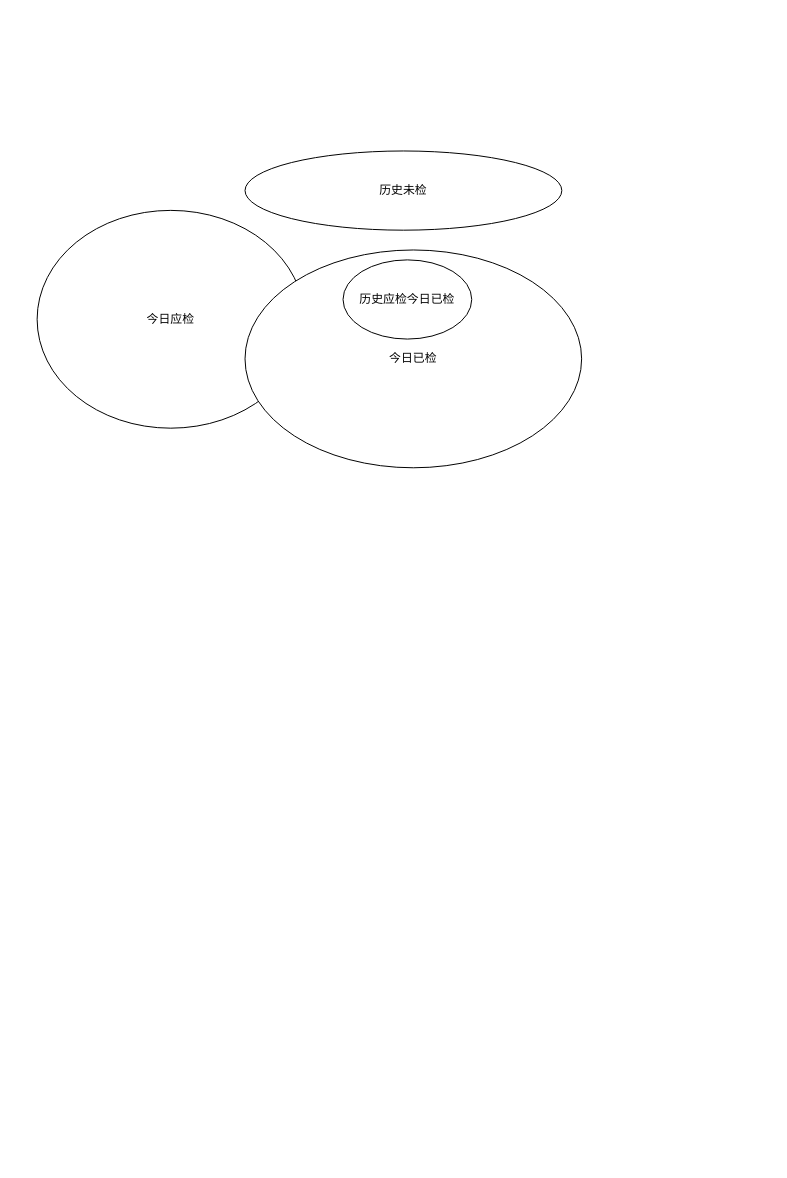
The draw.io diagram B2C拣货.drawio in OJBK123/Draws, before the edit. Source tidied: cells renumbered, new cells numbered last; positions are measured from the earlier drawing's top-left corner, leaving out a move shared by most shapes. Both pictures are drawn from the tidied source at 99%, with x=0, y=0 at pixel (37, 150).
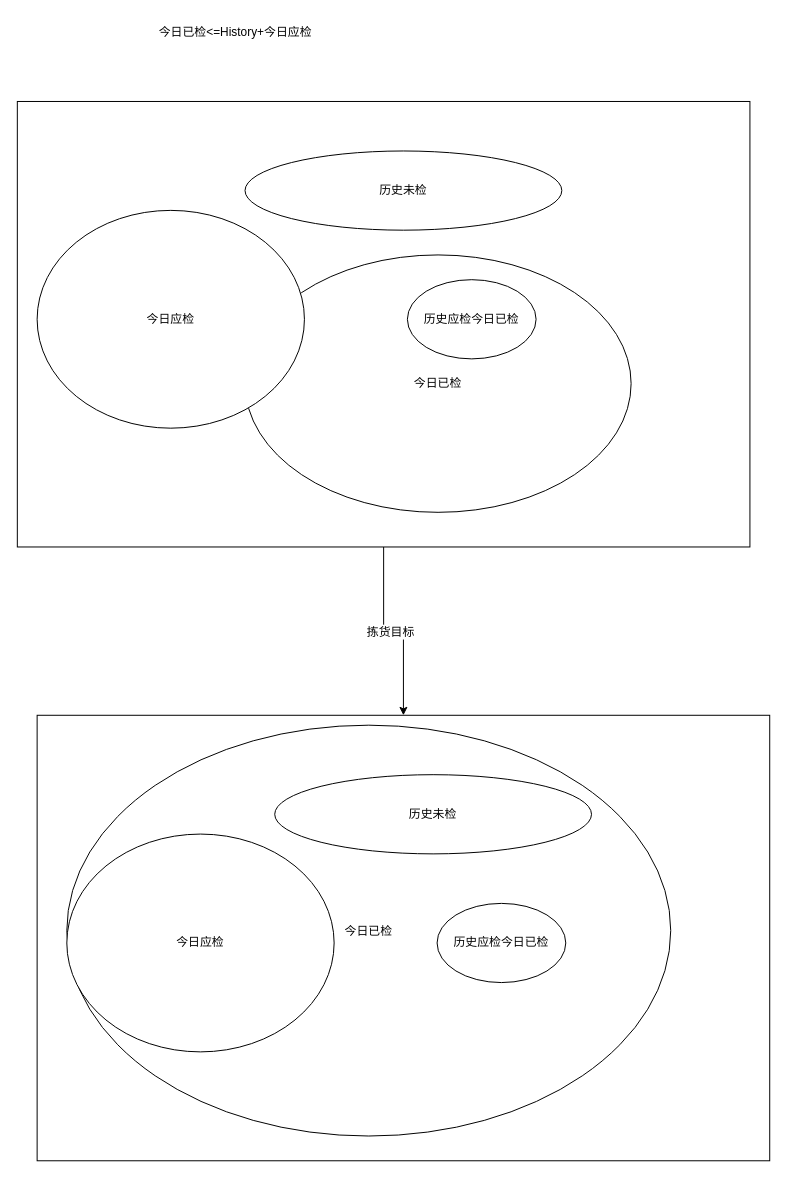
Above is the later version.

Change to the diagram source:
```diff
@@
 <mxGraphModel>
   <root>
     <mxCell id="0" />
     <mxCell id="1" parent="0" />
+    <mxCell id="6" style="edgeStyle=orthogonalEdgeStyle;rounded=0;jettySize=auto;html=1;exitX=0.5;exitY=1;exitDx=0;exitDy=0;entryX=0.5;entryY=0;entryDx=0;entryDy=0;fontFamily=Helvetica;fontSize=12;fontColor=default;" parent="1" edge="1" source="8" target="11">
+      <mxGeometry relative="1" as="geometry" />
+    </mxCell>
+    <mxCell id="7" value="拣货目标" style="edgeLabel;html=1;align=center;verticalAlign=middle;strokeColor=default;fontFamily=Helvetica;fontSize=12;fontColor=default;fillColor=default;" parent="6" vertex="1">
+      <mxGeometry x="-0.04" relative="1" as="geometry" />
+    </mxCell>
+    <mxCell id="8" style="rounded=0;whiteSpace=wrap;html=1;strokeColor=default;align=center;verticalAlign=middle;fontFamily=Helvetica;fontSize=12;fontColor=default;fillColor=default;" parent="1" vertex="1">
+      <mxGeometry x="-20" y="-50" width="740" height="450" as="geometry" />
+    </mxCell>
+    <mxCell id="4" value="今日已检" style="ellipse;whiteSpace=wrap;html=1;" parent="1" vertex="1">
+      <mxGeometry x="210" y="105" width="390" height="260" as="geometry" />
+    </mxCell>
     <mxCell id="2" value="历史未检" style="ellipse;whiteSpace=wrap;html=1;" parent="1" vertex="1">
       <mxGeometry x="210" width="320" height="80" as="geometry" />
     </mxCell>
     <mxCell id="3" value="今日应检" style="ellipse;whiteSpace=wrap;html=1;" parent="1" vertex="1">
       <mxGeometry y="60" width="270" height="220" as="geometry" />
     </mxCell>
-    <mxCell id="4" value="今日已检" style="ellipse;whiteSpace=wrap;html=1;" parent="1" vertex="1">
-      <mxGeometry x="210" y="100" width="340" height="220" as="geometry" />
-    </mxCell>
     <mxCell id="5" value="历史应检今日已检" style="ellipse;whiteSpace=wrap;html=1;" parent="1" vertex="1">
-      <mxGeometry x="309" y="110" width="130" height="80" as="geometry" />
+      <mxGeometry x="374" y="130" width="130" height="80" as="geometry" />
     </mxCell>
+    <mxCell id="9" value="今日已检&amp;lt;&lt;span style=&quot;background-color: initial;&quot;&gt;=History+今日应检&lt;/span&gt;" style="text;html=1;align=center;verticalAlign=middle;strokeColor=none;fillColor=none;fontFamily=Helvetica;fontSize=12;fontColor=default;" parent="1" vertex="1">
+      <mxGeometry x="110" y="-135" width="180" height="30" as="geometry" />
+    </mxCell>
+    <mxCell id="10" style="group;" parent="1" vertex="1">
+      <mxGeometry y="570" width="740" height="450" as="geometry" />
+    </mxCell>
+    <mxCell id="11" style="rounded=0;whiteSpace=wrap;html=1;strokeColor=default;align=center;verticalAlign=middle;fontFamily=Helvetica;fontSize=12;fontColor=default;fillColor=default;" parent="10" vertex="1">
+      <mxGeometry width="740" height="450" as="geometry" />
+    </mxCell>
+    <mxCell id="12" value="今日已检" style="ellipse;whiteSpace=wrap;html=1;" parent="10" vertex="1">
+      <mxGeometry x="30" y="10" width="610" height="415" as="geometry" />
+    </mxCell>
+    <mxCell id="13" value="历史未检" style="ellipse;whiteSpace=wrap;html=1;" parent="10" vertex="1">
+      <mxGeometry x="240" y="60" width="320" height="80" as="geometry" />
+    </mxCell>
+    <mxCell id="14" value="今日应检" style="ellipse;whiteSpace=wrap;html=1;" parent="10" vertex="1">
+      <mxGeometry x="30" y="120" width="270" height="220" as="geometry" />
+    </mxCell>
+    <mxCell id="15" value="历史应检今日已检" style="ellipse;whiteSpace=wrap;html=1;" parent="10" vertex="1">
+      <mxGeometry x="404" y="190" width="130" height="80" as="geometry" />
+    </mxCell>
   </root>
 </mxGraphModel>
```
